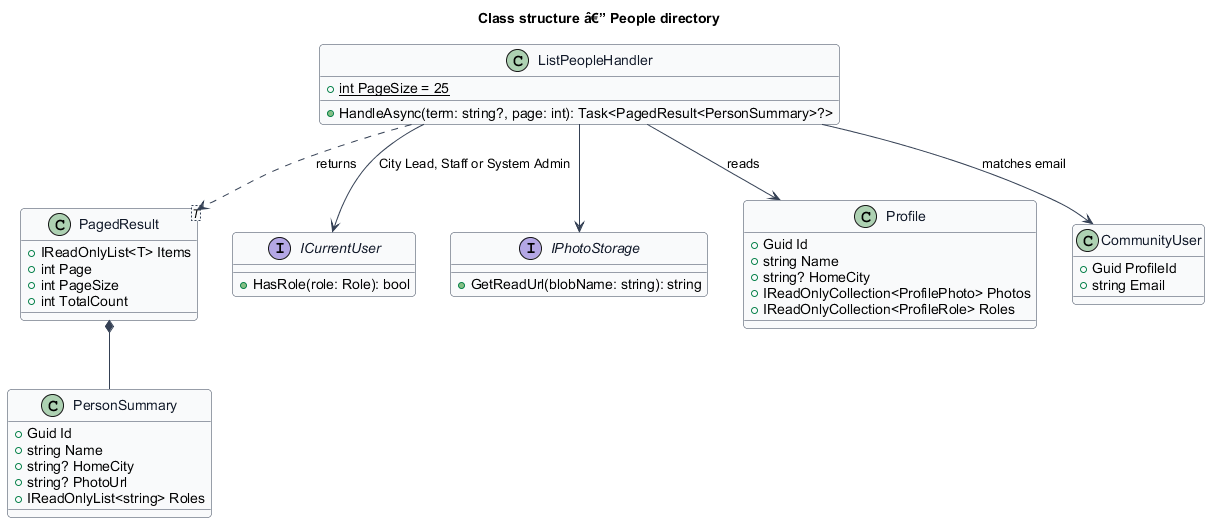
This is docs/detailed-designs/profiles/people-directory/diagrams/class-structure.png from QuinntyneBrown/faithtech-community, a PlantUML export, as it was before one commit. Its diagram source:
```plantuml
@startuml
skinparam backgroundColor #FFFFFF
skinparam shadowing false
skinparam roundcorner 8
skinparam defaultFontName Arial
skinparam ArrowColor #344054
skinparam class {
  BorderColor #344054
  FontColor #101828
  BackgroundColor #F9FAFB
}
title Class structure â€” People directory
class ListPeopleHandler {
  +{static} int PageSize = 25
  +HandleAsync(term: string?, page: int): Task<PagedResult<PersonSummary>?>
}
class PersonSummary {
  +Guid Id
  +string Name
  +string? HomeCity
  +string? PhotoUrl
  +IReadOnlyList<string> Roles
}
class "PagedResult<T>" as PagedResult {
  +IReadOnlyList<T> Items
  +int Page
  +int PageSize
  +int TotalCount
}
interface ICurrentUser {
  +HasRole(role: Role): bool
}
interface IPhotoStorage {
  +GetReadUrl(blobName: string): string
}
class Profile {
  +Guid Id
  +string Name
  +string? HomeCity
  +IReadOnlyCollection<ProfilePhoto> Photos
  +IReadOnlyCollection<ProfileRole> Roles
}
class CommunityUser {
  +Guid ProfileId
  +string Email
}
ListPeopleHandler --> ICurrentUser : City Lead, Staff or System Admin
ListPeopleHandler --> IPhotoStorage
ListPeopleHandler --> Profile : reads
ListPeopleHandler --> CommunityUser : matches email
ListPeopleHandler ..> PagedResult : returns
PagedResult *-- PersonSummary
@enduml
```
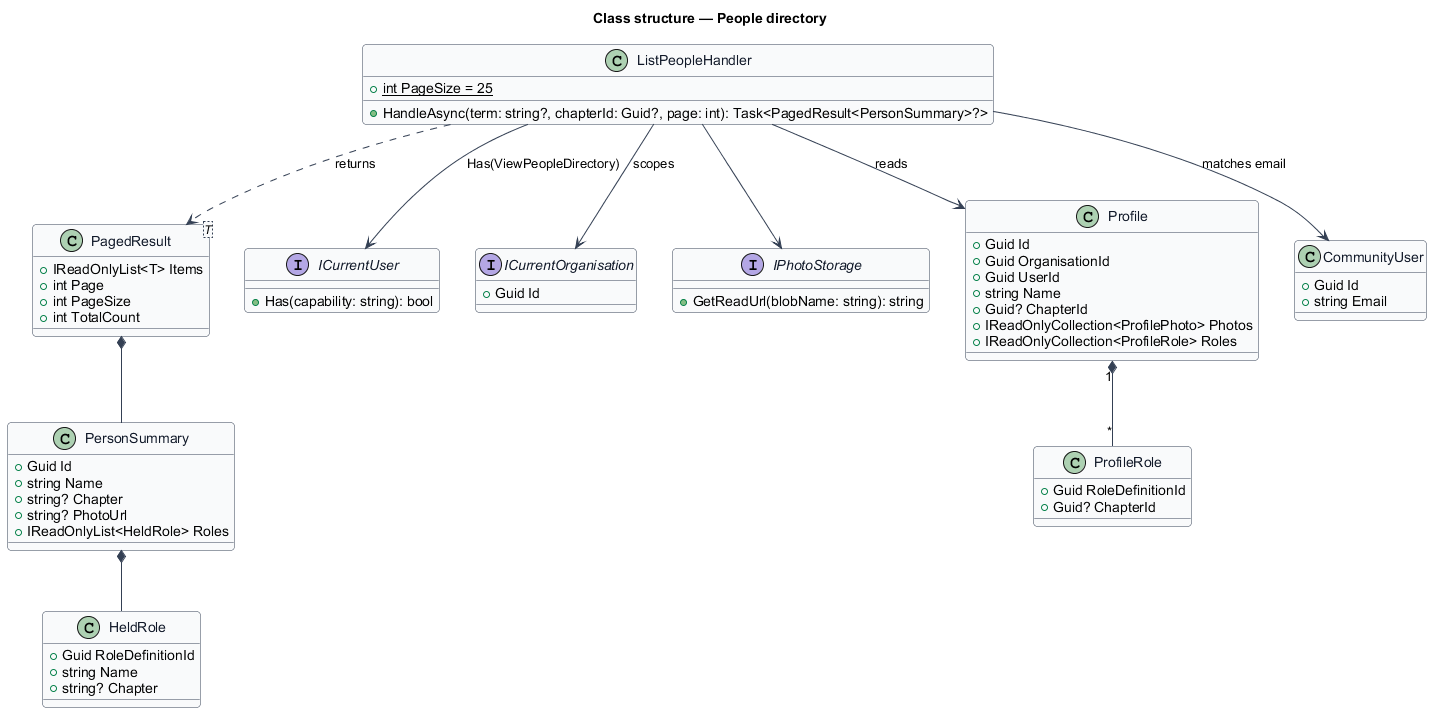
After the change.

What changed in the source:
```diff
@@ -9,17 +9,22 @@
   FontColor #101828
   BackgroundColor #F9FAFB
 }
-title Class structure â€” People directory
+title Class structure — People directory
 class ListPeopleHandler {
   +{static} int PageSize = 25
-  +HandleAsync(term: string?, page: int): Task<PagedResult<PersonSummary>?>
+  +HandleAsync(term: string?, chapterId: Guid?, page: int): Task<PagedResult<PersonSummary>?>
 }
 class PersonSummary {
   +Guid Id
   +string Name
-  +string? HomeCity
+  +string? Chapter
   +string? PhotoUrl
-  +IReadOnlyList<string> Roles
+  +IReadOnlyList<HeldRole> Roles
+}
+class HeldRole {
+  +Guid RoleDefinitionId
+  +string Name
+  +string? Chapter
 }
 class "PagedResult<T>" as PagedResult {
   +IReadOnlyList<T> Items
@@ -28,26 +33,39 @@
   +int TotalCount
 }
 interface ICurrentUser {
-  +HasRole(role: Role): bool
+  +Has(capability: string): bool
 }
+interface ICurrentOrganisation {
+  +Guid Id
+}
+
 interface IPhotoStorage {
   +GetReadUrl(blobName: string): string
 }
 class Profile {
   +Guid Id
+  +Guid OrganisationId
+  +Guid UserId
   +string Name
-  +string? HomeCity
+  +Guid? ChapterId
   +IReadOnlyCollection<ProfilePhoto> Photos
   +IReadOnlyCollection<ProfileRole> Roles
 }
+class ProfileRole {
+  +Guid RoleDefinitionId
+  +Guid? ChapterId
+}
 class CommunityUser {
-  +Guid ProfileId
+  +Guid Id
   +string Email
 }
-ListPeopleHandler --> ICurrentUser : City Lead, Staff or System Admin
+ListPeopleHandler --> ICurrentUser : Has(ViewPeopleDirectory)
+ListPeopleHandler --> ICurrentOrganisation : scopes
+Profile "1" *-- "*" ProfileRole
 ListPeopleHandler --> IPhotoStorage
 ListPeopleHandler --> Profile : reads
 ListPeopleHandler --> CommunityUser : matches email
 ListPeopleHandler ..> PagedResult : returns
 PagedResult *-- PersonSummary
+PersonSummary *-- HeldRole
 @enduml
```
